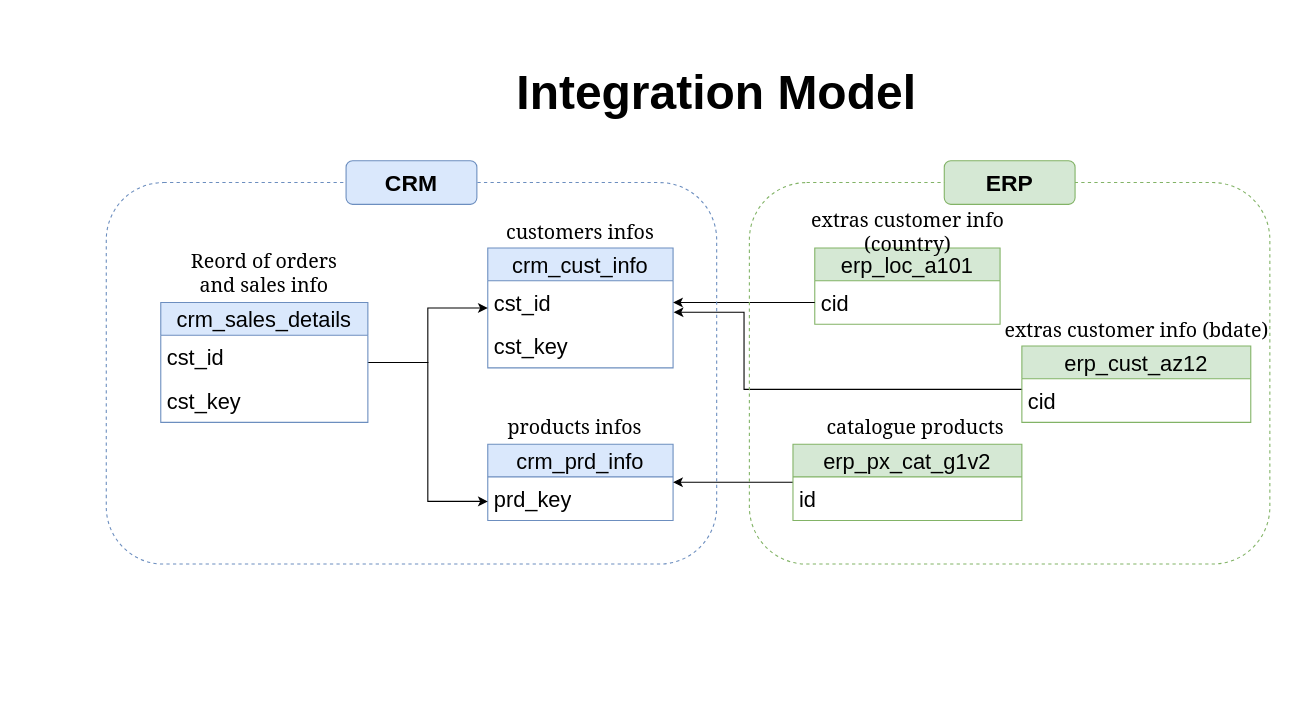
IMAD-0/Data-Warehouse-Project keeps this draw.io diagram as docs/Integration Model.drawio. Above is the earlier version. Source tidied: cells renumbered, new cells numbered last; positions are measured from the earlier drawing's top-left corner, leaving out a move shared by most shapes. Both pictures are drawn from the tidied source at 109%, with x=0, y=0 at pixel (106, 62).
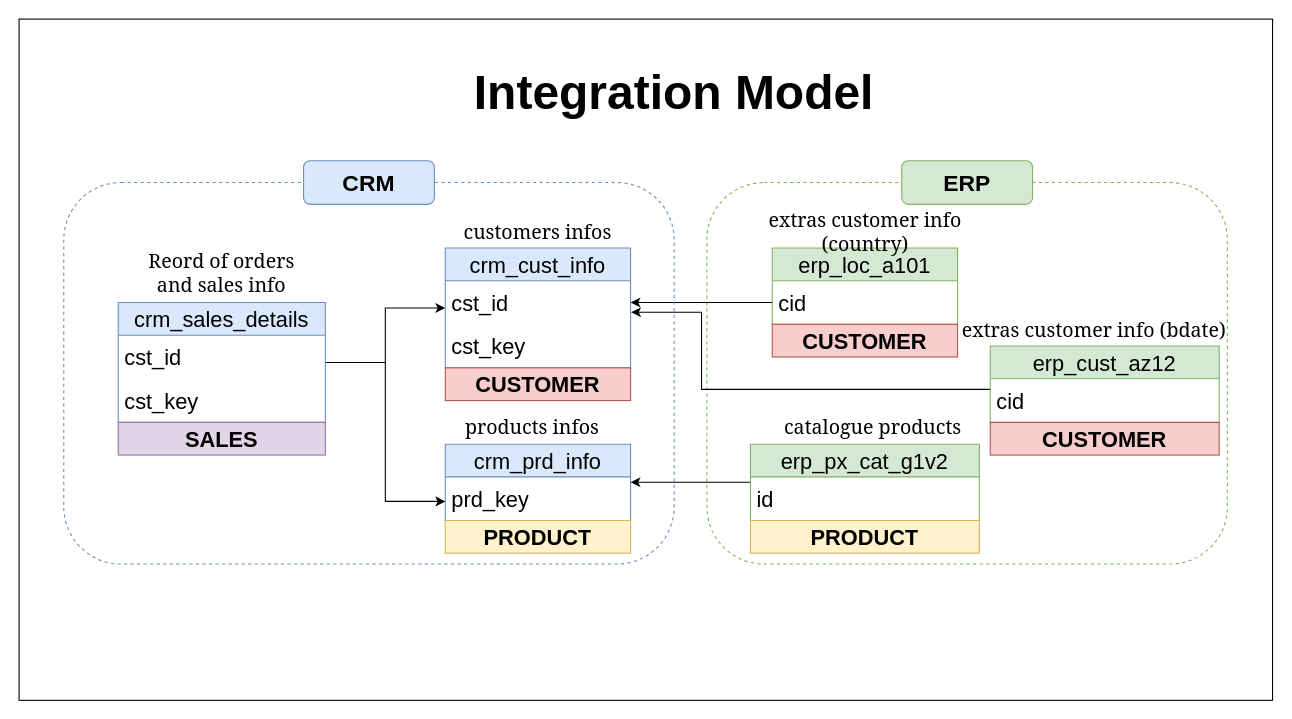
The same diagram, later.

The change refers to these unchanged cells:
```xml
<mxCell id="4" value="cst_id" style="text;strokeColor=none;fillColor=none;align=left;verticalAlign=middle;spacingLeft=4;spacingRight=4;overflow=hidden;points=[[0,0.5],[1,0.5]];portConstraint=eastwest;whiteSpace=wrap;html=1;fontSize=20;" parent="3" vertex="1">
  <mxGeometry y="30" width="170" height="40" as="geometry" />
</mxCell>
<mxCell id="14" value="cid" style="text;strokeColor=none;fillColor=none;align=left;verticalAlign=middle;spacingLeft=4;spacingRight=4;overflow=hidden;points=[[0,0.5],[1,0.5]];portConstraint=eastwest;whiteSpace=wrap;html=1;fontSize=20;" parent="13" vertex="1">
  <mxGeometry y="30" width="170" height="40" as="geometry" />
</mxCell>
<mxCell id="17" value="cid" style="text;strokeColor=none;fillColor=none;align=left;verticalAlign=middle;spacingLeft=4;spacingRight=4;overflow=hidden;points=[[0,0.5],[1,0.5]];portConstraint=eastwest;whiteSpace=wrap;html=1;fontSize=20;" parent="16" vertex="1">
  <mxGeometry y="30" width="210" height="40" as="geometry" />
</mxCell>
```

The edit, as a diff of the source:
```diff
@@
+    <mxCell id="32" style="rounded=0;whiteSpace=wrap;html=1;fillColor=none;" parent="1" vertex="1">
+      <mxGeometry x="-80" y="-40" width="1150" height="625" as="geometry" />
+    </mxCell>
+    <mxCell id="33" style="group;" parent="1" vertex="1">
+      <mxGeometry x="-39" width="1067.5" height="460" as="geometry" />
+    </mxCell>
+    <mxCell id="30" style="rounded=1;whiteSpace=wrap;html=1;fillColor=none;strokeColor=#82b366;dashed=1;" parent="33" vertex="1">
+      <mxGeometry x="590" y="110" width="477.5" height="350" as="geometry" />
+    </mxCell>
-    <mxCell id="2" value="Integration Model" style="text;html=1;whiteSpace=wrap;strokeColor=none;fillColor=none;align=center;verticalAlign=middle;rounded=0;fontSize=44;fontStyle=1;fontFamily=Sakkal Majalla;" parent="1" vertex="1">
+    <mxCell id="2" value="Integration Model" style="text;html=1;whiteSpace=wrap;strokeColor=none;fillColor=none;align=center;verticalAlign=middle;rounded=0;fontSize=44;fontStyle=1;fontFamily=Sakkal Majalla;" parent="33" vertex="1">
       <mxGeometry x="350" width="420" height="55" as="geometry" />
     </mxCell>
-    <mxCell id="3" value="crm_cust_info" style="swimlane;fontStyle=0;horizontal=1;startSize=30;whiteSpace=wrap;html=1;fontSize=20;fillColor=#dae8fc;strokeColor=#6c8ebf;" parent="1" vertex="1">
+    <mxCell id="3" value="crm_cust_info" style="swimlane;fontStyle=0;horizontal=1;startSize=30;whiteSpace=wrap;html=1;fontSize=20;fillColor=#dae8fc;strokeColor=#6c8ebf;" parent="33" vertex="1">
       <mxGeometry x="350" y="170" width="170" height="110" as="geometry" />
     </mxCell>
@@
-    <mxCell id="6" value="crm_prd_info" style="swimlane;fontStyle=0;horizontal=1;startSize=30;whiteSpace=wrap;html=1;fontSize=20;fillColor=#dae8fc;strokeColor=#6c8ebf;" parent="1" vertex="1">
+    <mxCell id="6" value="crm_prd_info" style="swimlane;fontStyle=0;horizontal=1;startSize=30;whiteSpace=wrap;html=1;fontSize=20;fillColor=#dae8fc;strokeColor=#6c8ebf;" parent="33" vertex="1">
       <mxGeometry x="350" y="350" width="170" height="70" as="geometry" />
     </mxCell>
@@
-    <mxCell id="8" style="edgeStyle=orthogonalEdgeStyle;rounded=0;jettySize=auto;html=1;entryX=0;entryY=0.5;entryDx=0;entryDy=0;" parent="1" edge="1" source="10" target="3">
+    <mxCell id="8" style="edgeStyle=orthogonalEdgeStyle;rounded=0;jettySize=auto;html=1;entryX=0;entryY=0.5;entryDx=0;entryDy=0;" parent="33" edge="1" source="10" target="3">
       <mxGeometry relative="1" as="geometry" />
     </mxCell>
-    <mxCell id="9" style="edgeStyle=orthogonalEdgeStyle;rounded=0;jettySize=auto;html=1;entryX=0;entryY=0.75;entryDx=0;entryDy=0;" parent="1" edge="1" source="10" target="6">
+    <mxCell id="9" style="edgeStyle=orthogonalEdgeStyle;rounded=0;jettySize=auto;html=1;entryX=0;entryY=0.75;entryDx=0;entryDy=0;" parent="33" edge="1" source="10" target="6">
       <mxGeometry relative="1" as="geometry" />
     </mxCell>
-    <mxCell id="10" value="crm_sales_details" style="swimlane;fontStyle=0;horizontal=1;startSize=30;whiteSpace=wrap;html=1;fontSize=20;fillColor=#dae8fc;strokeColor=#6c8ebf;" parent="1" vertex="1">
+    <mxCell id="10" value="crm_sales_details" style="swimlane;fontStyle=0;horizontal=1;startSize=30;whiteSpace=wrap;html=1;fontSize=20;fillColor=#dae8fc;strokeColor=#6c8ebf;" parent="33" vertex="1">
       <mxGeometry x="50" y="220" width="190" height="110" as="geometry" />
     </mxCell>
@@
-    <mxCell id="13" value="erp_loc_a101" style="swimlane;fontStyle=0;horizontal=1;startSize=30;whiteSpace=wrap;html=1;fontSize=20;fillColor=#d5e8d4;strokeColor=#82b366;" parent="1" vertex="1">
+    <mxCell id="13" value="erp_loc_a101" style="swimlane;fontStyle=0;horizontal=1;startSize=30;whiteSpace=wrap;html=1;fontSize=20;fillColor=#d5e8d4;strokeColor=#82b366;" parent="33" vertex="1">
       <mxGeometry x="650" y="170" width="170" height="70" as="geometry" />
     </mxCell>
@@
-    <mxCell id="15" style="edgeStyle=orthogonalEdgeStyle;rounded=0;jettySize=auto;html=1;entryX=1.003;entryY=0.725;entryDx=0;entryDy=0;entryPerimeter=0;exitX=0.001;exitY=0.243;exitDx=0;exitDy=0;exitPerimeter=0;" parent="1" edge="1" source="17" target="4">
+    <mxCell id="15" style="edgeStyle=orthogonalEdgeStyle;rounded=0;jettySize=auto;html=1;entryX=1.003;entryY=0.725;entryDx=0;entryDy=0;entryPerimeter=0;exitX=0.001;exitY=0.243;exitDx=0;exitDy=0;exitPerimeter=0;" parent="33" edge="1" source="17" target="4">
       <mxGeometry relative="1" as="geometry">
         <Array as="points">
           <mxPoint x="585.1" y="299.7" />
           <mxPoint x="585.1" y="229" />
         </Array>
       </mxGeometry>
     </mxCell>
-    <mxCell id="16" value="erp_cust_az12" style="swimlane;fontStyle=0;horizontal=1;startSize=30;whiteSpace=wrap;html=1;fontSize=20;fillColor=#d5e8d4;strokeColor=#82b366;" parent="1" vertex="1">
-      <mxGeometry x="840" y="260" width="210" height="70" as="geometry" />
+    <mxCell id="16" value="erp_cust_az12" style="swimlane;fontStyle=0;horizontal=1;startSize=30;whiteSpace=wrap;html=1;fontSize=20;fillColor=#d5e8d4;strokeColor=#82b366;" parent="33" vertex="1">
+      <mxGeometry x="850" y="260" width="210" height="70" as="geometry" />
     </mxCell>
@@
-    <mxCell id="18" style="edgeStyle=orthogonalEdgeStyle;rounded=0;jettySize=auto;html=1;entryX=1;entryY=0.5;entryDx=0;entryDy=0;" parent="1" edge="1" source="14" target="4">
+    <mxCell id="18" style="edgeStyle=orthogonalEdgeStyle;rounded=0;jettySize=auto;html=1;entryX=1;entryY=0.5;entryDx=0;entryDy=0;" parent="33" edge="1" source="14" target="4">
       <mxGeometry relative="1" as="geometry" />
     </mxCell>
-    <mxCell id="19" style="edgeStyle=orthogonalEdgeStyle;rounded=0;jettySize=auto;html=1;entryX=1;entryY=0.5;entryDx=0;entryDy=0;" parent="1" edge="1" source="20" target="6">
+    <mxCell id="19" style="edgeStyle=orthogonalEdgeStyle;rounded=0;jettySize=auto;html=1;entryX=1;entryY=0.5;entryDx=0;entryDy=0;" parent="33" edge="1" source="20" target="6">
       <mxGeometry relative="1" as="geometry" />
     </mxCell>
-    <mxCell id="20" value="erp_px_cat_g1v2" style="swimlane;fontStyle=0;horizontal=1;startSize=30;whiteSpace=wrap;html=1;fontSize=20;fillColor=#d5e8d4;strokeColor=#82b366;" parent="1" vertex="1">
+    <mxCell id="20" value="erp_px_cat_g1v2" style="swimlane;fontStyle=0;horizontal=1;startSize=30;whiteSpace=wrap;html=1;fontSize=20;fillColor=#d5e8d4;strokeColor=#82b366;" parent="33" vertex="1">
       <mxGeometry x="630" y="350" width="210" height="70" as="geometry" />
     </mxCell>
@@
-    <mxCell id="22" value="Reord of orders and sales info" style="text;html=1;whiteSpace=wrap;strokeColor=none;fillColor=none;align=center;verticalAlign=middle;rounded=0;fontSize=18;fontFamily=Georgia;" parent="1" vertex="1">
+    <mxCell id="22" value="Reord of orders and sales info" style="text;html=1;whiteSpace=wrap;strokeColor=none;fillColor=none;align=center;verticalAlign=middle;rounded=0;fontSize=18;fontFamily=Georgia;" parent="33" vertex="1">
       <mxGeometry x="65" y="165" width="160" height="55" as="geometry" />
     </mxCell>
-    <mxCell id="23" value="customers infos" style="text;html=1;whiteSpace=wrap;strokeColor=none;fillColor=none;align=center;verticalAlign=middle;rounded=0;fontSize=18;fontFamily=Georgia;" parent="1" vertex="1">
+    <mxCell id="23" value="customers infos" style="text;html=1;whiteSpace=wrap;strokeColor=none;fillColor=none;align=center;verticalAlign=middle;rounded=0;fontSize=18;fontFamily=Georgia;" parent="33" vertex="1">
       <mxGeometry x="355" y="140" width="160" height="30" as="geometry" />
     </mxCell>
-    <mxCell id="24" value="products infos" style="text;html=1;whiteSpace=wrap;strokeColor=none;fillColor=none;align=center;verticalAlign=middle;rounded=0;fontSize=18;fontFamily=Georgia;" parent="1" vertex="1">
+    <mxCell id="24" value="products infos" style="text;html=1;whiteSpace=wrap;strokeColor=none;fillColor=none;align=center;verticalAlign=middle;rounded=0;fontSize=18;fontFamily=Georgia;" parent="33" vertex="1">
       <mxGeometry x="350" y="319" width="160" height="30" as="geometry" />
     </mxCell>
-    <mxCell id="25" value="extras customer info (country)" style="text;html=1;whiteSpace=wrap;strokeColor=none;fillColor=none;align=center;verticalAlign=middle;rounded=0;fontSize=18;fontFamily=Georgia;" parent="1" vertex="1">
+    <mxCell id="25" value="extras customer info (country)" style="text;html=1;whiteSpace=wrap;strokeColor=none;fillColor=none;align=center;verticalAlign=middle;rounded=0;fontSize=18;fontFamily=Georgia;" parent="33" vertex="1">
       <mxGeometry x="612.5" y="140" width="245" height="30" as="geometry" />
     </mxCell>
-    <mxCell id="26" value="extras customer info (bdate)" style="text;html=1;whiteSpace=wrap;strokeColor=none;fillColor=none;align=center;verticalAlign=middle;rounded=0;fontSize=18;fontFamily=Georgia;" parent="1" vertex="1">
+    <mxCell id="26" value="extras customer info (bdate)" style="text;html=1;whiteSpace=wrap;strokeColor=none;fillColor=none;align=center;verticalAlign=middle;rounded=0;fontSize=18;fontFamily=Georgia;" parent="33" vertex="1">
       <mxGeometry x="822.5" y="230" width="245" height="30" as="geometry" />
     </mxCell>
-    <mxCell id="27" value="catalogue products" style="text;html=1;whiteSpace=wrap;strokeColor=none;fillColor=none;align=center;verticalAlign=middle;rounded=0;fontSize=18;fontFamily=Georgia;" parent="1" vertex="1">
+    <mxCell id="27" value="catalogue products" style="text;html=1;whiteSpace=wrap;strokeColor=none;fillColor=none;align=center;verticalAlign=middle;rounded=0;fontSize=18;fontFamily=Georgia;" parent="33" vertex="1">
       <mxGeometry x="620" y="319" width="245" height="30" as="geometry" />
     </mxCell>
-    <mxCell id="28" style="rounded=1;whiteSpace=wrap;html=1;fillColor=none;strokeColor=#6c8ebf;dashed=1;" parent="1" vertex="1">
+    <mxCell id="28" style="rounded=1;whiteSpace=wrap;html=1;fillColor=none;strokeColor=#6c8ebf;dashed=1;" parent="33" vertex="1">
       <mxGeometry y="110" width="560" height="350" as="geometry" />
     </mxCell>
-    <mxCell id="29" value="CRM" style="rounded=1;whiteSpace=wrap;html=1;fillColor=#dae8fc;strokeColor=#6c8ebf;fontSize=21;fontStyle=1;" parent="1" vertex="1">
+    <mxCell id="29" value="CRM" style="rounded=1;whiteSpace=wrap;html=1;fillColor=#dae8fc;strokeColor=#6c8ebf;fontSize=21;fontStyle=1;" parent="33" vertex="1">
       <mxGeometry x="220" y="90" width="120" height="40" as="geometry" />
     </mxCell>
-    <mxCell id="30" style="rounded=1;whiteSpace=wrap;html=1;fillColor=none;strokeColor=#82b366;dashed=1;" parent="1" vertex="1">
-      <mxGeometry x="590" y="110" width="477.5" height="350" as="geometry" />
-    </mxCell>
-    <mxCell id="31" value="ERP" style="rounded=1;whiteSpace=wrap;html=1;fillColor=#d5e8d4;strokeColor=#82b366;fontSize=21;fontStyle=1;" parent="1" vertex="1">
+    <mxCell id="31" value="ERP" style="rounded=1;whiteSpace=wrap;html=1;fillColor=#d5e8d4;strokeColor=#82b366;fontSize=21;fontStyle=1;" parent="33" vertex="1">
       <mxGeometry x="768.8" y="90" width="120" height="40" as="geometry" />
     </mxCell>
+    <mxCell id="34" value="CUSTOMER" style="text;html=1;strokeColor=#b85450;fillColor=#f8cecc;align=center;verticalAlign=middle;whiteSpace=wrap;overflow=hidden;fontSize=20;fontStyle=1;" parent="33" vertex="1">
+      <mxGeometry x="350" y="280" width="170" height="30" as="geometry" />
+    </mxCell>
+    <mxCell id="35" value="CUSTOMER" style="text;html=1;strokeColor=#b85450;fillColor=#f8cecc;align=center;verticalAlign=middle;whiteSpace=wrap;overflow=hidden;fontSize=20;fontStyle=1;" parent="33" vertex="1">
+      <mxGeometry x="650" y="240" width="170" height="30" as="geometry" />
+    </mxCell>
+    <mxCell id="36" value="CUSTOMER" style="text;html=1;strokeColor=#b85450;fillColor=#f8cecc;align=center;verticalAlign=middle;whiteSpace=wrap;overflow=hidden;fontSize=20;fontStyle=1;" parent="33" vertex="1">
+      <mxGeometry x="850" y="330" width="210" height="30" as="geometry" />
+    </mxCell>
+    <mxCell id="37" value="PRODUCT" style="text;html=1;strokeColor=#d6b656;fillColor=#fff2cc;align=center;verticalAlign=middle;whiteSpace=wrap;overflow=hidden;fontSize=20;fontStyle=1;" parent="33" vertex="1">
+      <mxGeometry x="630" y="420" width="210" height="30" as="geometry" />
+    </mxCell>
+    <mxCell id="38" value="PRODUCT" style="text;html=1;strokeColor=#d6b656;fillColor=#fff2cc;align=center;verticalAlign=middle;whiteSpace=wrap;overflow=hidden;fontSize=20;fontStyle=1;" parent="33" vertex="1">
+      <mxGeometry x="350" y="420" width="170" height="30" as="geometry" />
+    </mxCell>
+    <mxCell id="39" value="SALES" style="text;html=1;strokeColor=#9673a6;fillColor=#e1d5e7;align=center;verticalAlign=middle;whiteSpace=wrap;overflow=hidden;fontSize=20;fontStyle=1;" parent="33" vertex="1">
+      <mxGeometry x="50" y="330" width="190" height="30" as="geometry" />
+    </mxCell>
```
